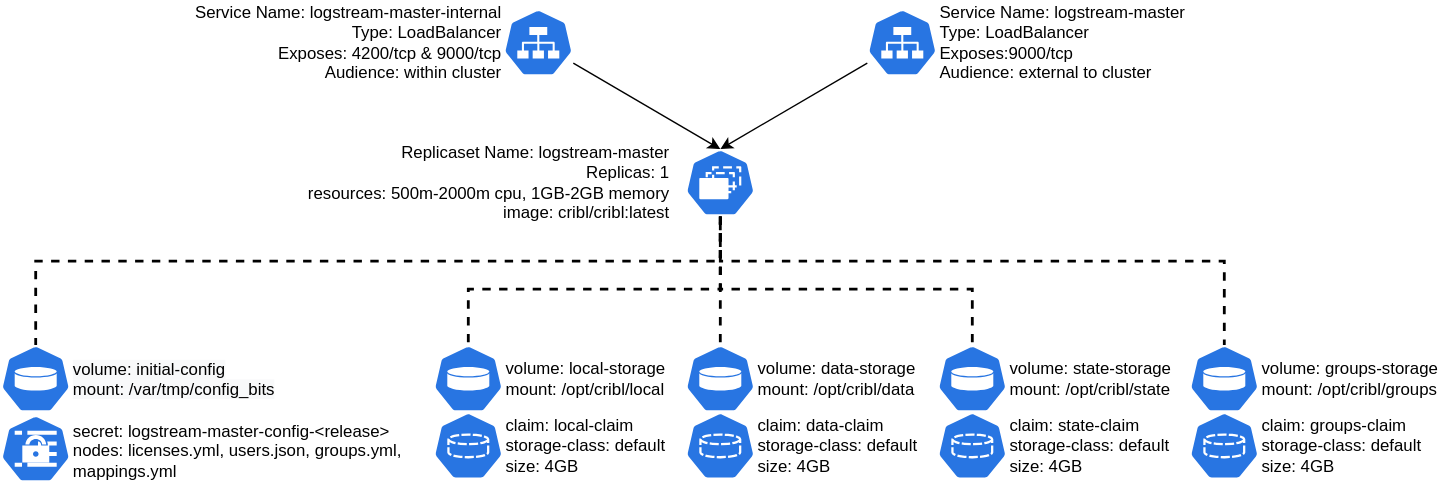
This is helm-chart-sources/logstream-master/images/k8s-logstream-master.svg from criblio/helm-charts, a draw.io export, as it was before one commit. Source tidied: cells renumbered, new cells last; positions are measured from the earlier drawing's top-left corner, leaving out a move shared by most shapes.
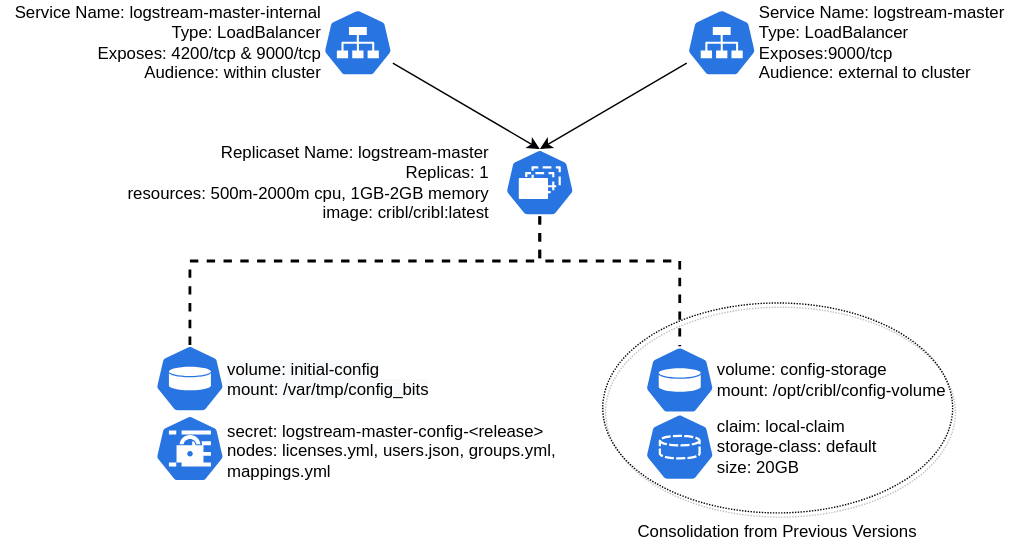
After the commit.

What changed in the source:
```diff
@@ -2,13 +2,16 @@
   <root>
     <mxCell id="0" />
     <mxCell id="1" parent="0" />
+    <mxCell id="40" value="Consolidation from Previous Versions" style="ellipse;whiteSpace=wrap;html=1;labelPosition=center;verticalLabelPosition=bottom;align=center;verticalAlign=top;fillColor=none;shadow=1;sketch=0;dashed=1;dashPattern=1 1;" parent="1" vertex="1">
+      <mxGeometry x="559" y="216" width="250" height="150" as="geometry" />
+    </mxCell>
     <mxCell id="2" style="group;" parent="1" vertex="1">
-      <mxGeometry x="309" y="246" width="180" height="97" as="geometry" />
+      <mxGeometry x="589" y="247" width="230" height="97" as="geometry" />
     </mxCell>
-    <mxCell id="3" value="volume: local-storage&lt;br&gt;mount: /opt/cribl/local" style="text;html=1;align=left;verticalAlign=middle;fillColor=none;strokeColor=none;rounded=0;" parent="2" vertex="1">
-      <mxGeometry x="50" y="9" width="130" height="30" as="geometry" />
+    <mxCell id="3" value="volume: config-storage&lt;br&gt;mount: /opt/cribl/config-volume" style="text;html=1;align=left;verticalAlign=middle;fillColor=none;strokeColor=none;rounded=0;" parent="2" vertex="1">
+      <mxGeometry x="50" y="9" width="180" height="30" as="geometry" />
     </mxCell>
-    <mxCell id="4" value="claim: local-claim&lt;br&gt;storage-class: default&lt;br&gt;size: 4GB" style="text;html=1;align=left;verticalAlign=middle;fillColor=none;strokeColor=none;rounded=0;" parent="2" vertex="1">
+    <mxCell id="4" value="claim: local-claim&lt;br&gt;storage-class: default&lt;br&gt;size: 20GB" style="text;html=1;align=left;verticalAlign=middle;fillColor=none;strokeColor=none;rounded=0;" parent="2" vertex="1">
       <mxGeometry x="50" y="47" width="130" height="50" as="geometry" />
     </mxCell>
     <mxCell id="5" style="html=1;dashed=0;whitespace=wrap;fillColor=#2875E2;strokeColor=#ffffff;points=[[0.005,0.63,0],[0.1,0.2,0],[0.9,0.2,0],[0.5,0,0],[0.995,0.63,0],[0.72,0.99,0],[0.5,1,0],[0.28,0.99,0]];shape=mxgraph.kubernetes.icon;prIcon=pv;" parent="2" vertex="1">
@@ -17,51 +20,6 @@
     <mxCell id="6" style="html=1;dashed=0;whitespace=wrap;fillColor=#2875E2;strokeColor=#ffffff;shape=mxgraph.kubernetes.icon;prIcon=pvc;" parent="2" vertex="1">
       <mxGeometry y="48" width="50" height="48" as="geometry" />
     </mxCell>
-    <mxCell id="7" style="group;" parent="1" vertex="1">
-      <mxGeometry x="489" y="246" width="180" height="97" as="geometry" />
-    </mxCell>
-    <mxCell id="8" value="volume: data-storage&lt;br&gt;mount: /opt/cribl/data" style="text;html=1;align=left;verticalAlign=middle;fillColor=none;strokeColor=none;rounded=0;" parent="7" vertex="1">
-      <mxGeometry x="50" y="9" width="130" height="30" as="geometry" />
-    </mxCell>
-    <mxCell id="9" value="claim: data-claim&lt;br&gt;storage-class: default&lt;br&gt;size: 4GB" style="text;html=1;align=left;verticalAlign=middle;fillColor=none;strokeColor=none;rounded=0;" parent="7" vertex="1">
-      <mxGeometry x="50" y="47" width="130" height="50" as="geometry" />
-    </mxCell>
-    <mxCell id="10" style="html=1;dashed=0;whitespace=wrap;fillColor=#2875E2;strokeColor=#ffffff;points=[[0.005,0.63,0],[0.1,0.2,0],[0.9,0.2,0],[0.5,0,0],[0.995,0.63,0],[0.72,0.99,0],[0.5,1,0],[0.28,0.99,0]];shape=mxgraph.kubernetes.icon;prIcon=pv;" parent="7" vertex="1">
-      <mxGeometry width="50" height="48" as="geometry" />
-    </mxCell>
-    <mxCell id="11" style="html=1;dashed=0;whitespace=wrap;fillColor=#2875E2;strokeColor=#ffffff;shape=mxgraph.kubernetes.icon;prIcon=pvc;" parent="7" vertex="1">
-      <mxGeometry y="48" width="50" height="48" as="geometry" />
-    </mxCell>
-    <mxCell id="12" style="group;" parent="1" vertex="1">
-      <mxGeometry x="669" y="246" width="180" height="97" as="geometry" />
-    </mxCell>
-    <mxCell id="13" value="volume: state-storage&lt;br&gt;mount: /opt/cribl/state" style="text;html=1;align=left;verticalAlign=middle;fillColor=none;strokeColor=none;rounded=0;" parent="12" vertex="1">
-      <mxGeometry x="50" y="9" width="130" height="30" as="geometry" />
-    </mxCell>
-    <mxCell id="14" value="claim: state-claim&lt;br&gt;storage-class: default&lt;br&gt;size: 4GB" style="text;html=1;align=left;verticalAlign=middle;fillColor=none;strokeColor=none;rounded=0;" parent="12" vertex="1">
-      <mxGeometry x="50" y="47" width="130" height="50" as="geometry" />
-    </mxCell>
-    <mxCell id="15" style="html=1;dashed=0;whitespace=wrap;fillColor=#2875E2;strokeColor=#ffffff;points=[[0.005,0.63,0],[0.1,0.2,0],[0.9,0.2,0],[0.5,0,0],[0.995,0.63,0],[0.72,0.99,0],[0.5,1,0],[0.28,0.99,0]];shape=mxgraph.kubernetes.icon;prIcon=pv;" parent="12" vertex="1">
-      <mxGeometry width="50" height="48" as="geometry" />
-    </mxCell>
-    <mxCell id="16" style="html=1;dashed=0;whitespace=wrap;fillColor=#2875E2;strokeColor=#ffffff;shape=mxgraph.kubernetes.icon;prIcon=pvc;" parent="12" vertex="1">
-      <mxGeometry y="48" width="50" height="48" as="geometry" />
-    </mxCell>
-    <mxCell id="17" style="group;" parent="1" vertex="1">
-      <mxGeometry x="849" y="246" width="190" height="97" as="geometry" />
-    </mxCell>
-    <mxCell id="18" value="volume: groups-storage&lt;br&gt;mount: /opt/cribl/groups" style="text;html=1;align=left;verticalAlign=middle;fillColor=none;strokeColor=none;rounded=0;" parent="17" vertex="1">
-      <mxGeometry x="50" y="9" width="140" height="30" as="geometry" />
-    </mxCell>
-    <mxCell id="19" value="claim: groups-claim&lt;br&gt;storage-class: default&lt;br&gt;size: 4GB" style="text;html=1;align=left;verticalAlign=middle;fillColor=none;strokeColor=none;rounded=0;" parent="17" vertex="1">
-      <mxGeometry x="50" y="47" width="130" height="50" as="geometry" />
-    </mxCell>
-    <mxCell id="20" style="html=1;dashed=0;whitespace=wrap;fillColor=#2875E2;strokeColor=#ffffff;points=[[0.005,0.63,0],[0.1,0.2,0],[0.9,0.2,0],[0.5,0,0],[0.995,0.63,0],[0.72,0.99,0],[0.5,1,0],[0.28,0.99,0]];shape=mxgraph.kubernetes.icon;prIcon=pv;" parent="17" vertex="1">
-      <mxGeometry width="50" height="48" as="geometry" />
-    </mxCell>
-    <mxCell id="21" style="html=1;dashed=0;whitespace=wrap;fillColor=#2875E2;strokeColor=#ffffff;shape=mxgraph.kubernetes.icon;prIcon=pvc;" parent="17" vertex="1">
-      <mxGeometry y="48" width="50" height="48" as="geometry" />
-    </mxCell>
     <mxCell id="22" style="rounded=0;jettySize=auto;html=1;entryX=0.5;entryY=0;entryDx=0;entryDy=0;entryPerimeter=0;" parent="1" edge="1" source="23" target="32">
       <mxGeometry relative="1" as="geometry" />
     </mxCell>
@@ -83,37 +41,11 @@
     <mxCell id="28" style="edgeStyle=orthogonalEdgeStyle;rounded=0;jettySize=auto;html=1;entryX=0.5;entryY=0;entryDx=0;entryDy=0;entryPerimeter=0;elbow=vertical;endArrow=none;endFill=0;strokeWidth=2;dashed=1;" parent="1" edge="1" source="32" target="5">
       <mxGeometry relative="1" as="geometry">
         <Array as="points">
-          <mxPoint x="514" y="206" />
-          <mxPoint x="334" y="206" />
+          <mxPoint x="514" y="186" />
+          <mxPoint x="614" y="186" />
         </Array>
       </mxGeometry>
     </mxCell>
-    <mxCell id="29" style="edgeStyle=orthogonalEdgeStyle;rounded=0;jettySize=auto;html=1;entryX=0.5;entryY=0;entryDx=0;entryDy=0;entryPerimeter=0;elbow=vertical;endArrow=none;endFill=0;strokeWidth=2;dashed=1;" parent="1" edge="1" source="32" target="10">
-      <mxGeometry relative="1" as="geometry">
-        <Array as="points">
-          <mxPoint x="514" y="226" />
-          <mxPoint x="514" y="226" />
-        </Array>
-      </mxGeometry>
-    </mxCell>
-    <mxCell id="30" style="edgeStyle=orthogonalEdgeStyle;rounded=0;jettySize=auto;html=1;entryX=0.5;entryY=0;entryDx=0;entryDy=0;entryPerimeter=0;elbow=vertical;endArrow=none;endFill=0;strokeWidth=2;dashed=1;" parent="1" edge="1" target="15">
-      <mxGeometry relative="1" as="geometry">
-        <mxPoint x="514" y="154" as="sourcePoint" />
-        <Array as="points">
-          <mxPoint x="514" y="206" />
-          <mxPoint x="694" y="206" />
-        </Array>
-      </mxGeometry>
-    </mxCell>
-    <mxCell id="31" style="edgeStyle=orthogonalEdgeStyle;rounded=0;jettySize=auto;html=1;entryX=0.5;entryY=0;entryDx=0;entryDy=0;entryPerimeter=0;elbow=vertical;endArrow=none;endFill=0;strokeWidth=2;dashed=1;" parent="1" edge="1" target="20">
-      <mxGeometry relative="1" as="geometry">
-        <mxPoint x="514" y="146" as="sourcePoint" />
-        <Array as="points">
-          <mxPoint x="514" y="186" />
-          <mxPoint x="874" y="186" />
-        </Array>
-      </mxGeometry>
-    </mxCell>
     <mxCell id="32" style="html=1;dashed=0;whitespace=wrap;fillColor=#2875E2;strokeColor=#ffffff;points=[[0.005,0.63,0],[0.1,0.2,0],[0.9,0.2,0],[0.5,0,0],[0.995,0.63,0],[0.72,0.99,0],[0.5,1,0],[0.28,0.99,0]];shape=mxgraph.kubernetes.icon;prIcon=rs;align=left;" parent="1" vertex="1">
       <mxGeometry x="489" y="106" width="50" height="48" as="geometry" />
     </mxCell>
@@ -121,7 +53,7 @@
       <mxGeometry x="209" y="100" width="270" height="60" as="geometry" />
     </mxCell>
     <mxCell id="34" style="group;" parent="1" vertex="1">
-      <mxGeometry y="246" width="290" height="98" as="geometry" />
+      <mxGeometry x="239" y="246" width="290" height="98" as="geometry" />
     </mxCell>
     <mxCell id="35" style="html=1;dashed=0;whitespace=wrap;fillColor=#2875E2;strokeColor=#ffffff;shape=mxgraph.kubernetes.icon;prIcon=secret;" parent="34" vertex="1">
       <mxGeometry y="50" width="50" height="48" as="geometry" />
@@ -139,7 +71,7 @@
       <mxGeometry relative="1" as="geometry">
         <Array as="points">
           <mxPoint x="514" y="186" />
-          <mxPoint x="25" y="186" />
+          <mxPoint x="264" y="186" />
         </Array>
       </mxGeometry>
     </mxCell>
```
